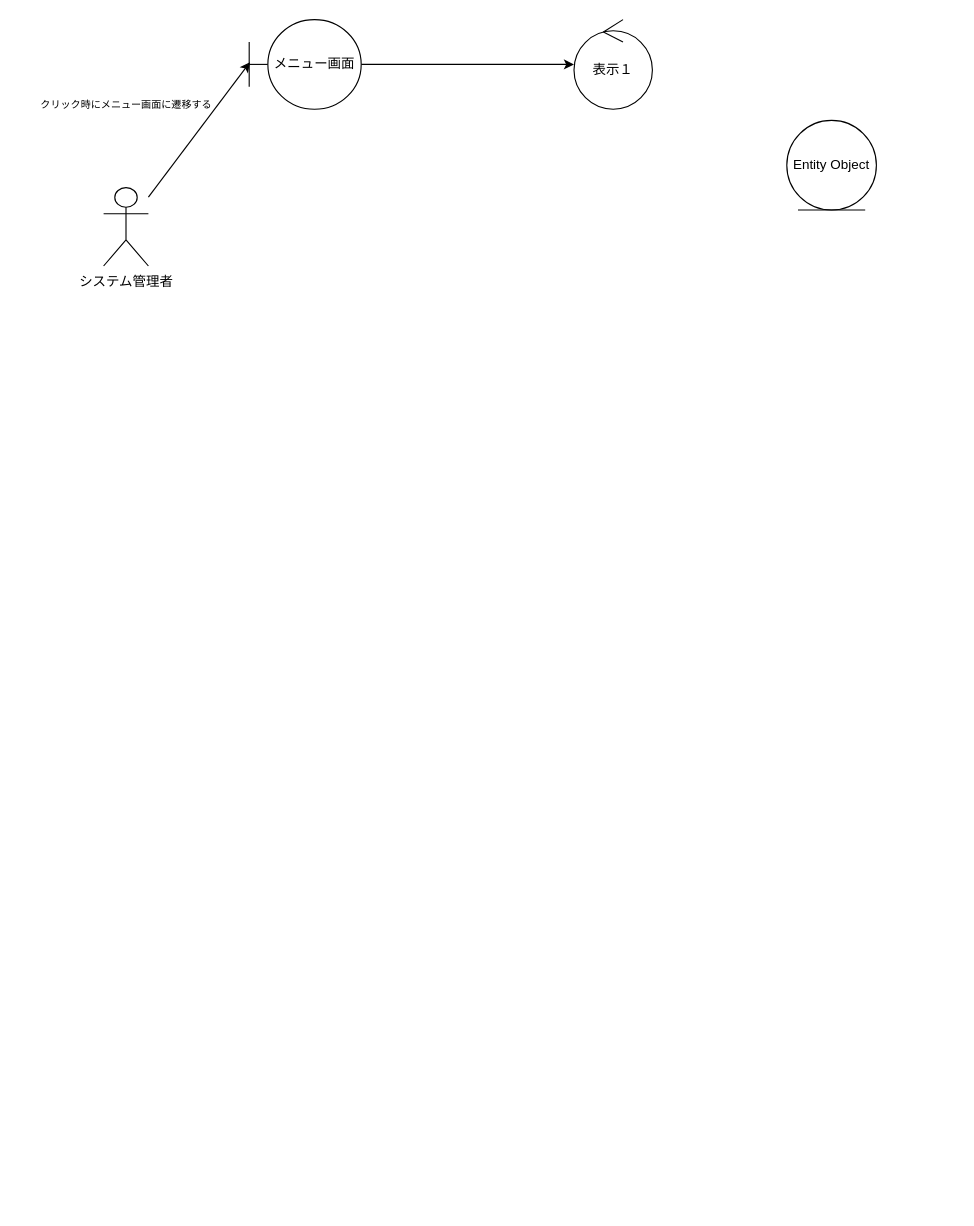
Earlier version of the draw.io diagram page "ログイン" (1 of 2) of out/ロバストネス図/システム管理者-ロバストネス図.drawio (ksw2270227/GroupF). Source tidied: cells renumbered, new cells numbered last; positions are measured from the earlier drawing's top-left corner, leaving out a move shared by most shapes. Both pictures are drawn from the tidied source at 112%, with x=0, y=0 at pixel (25, 19).
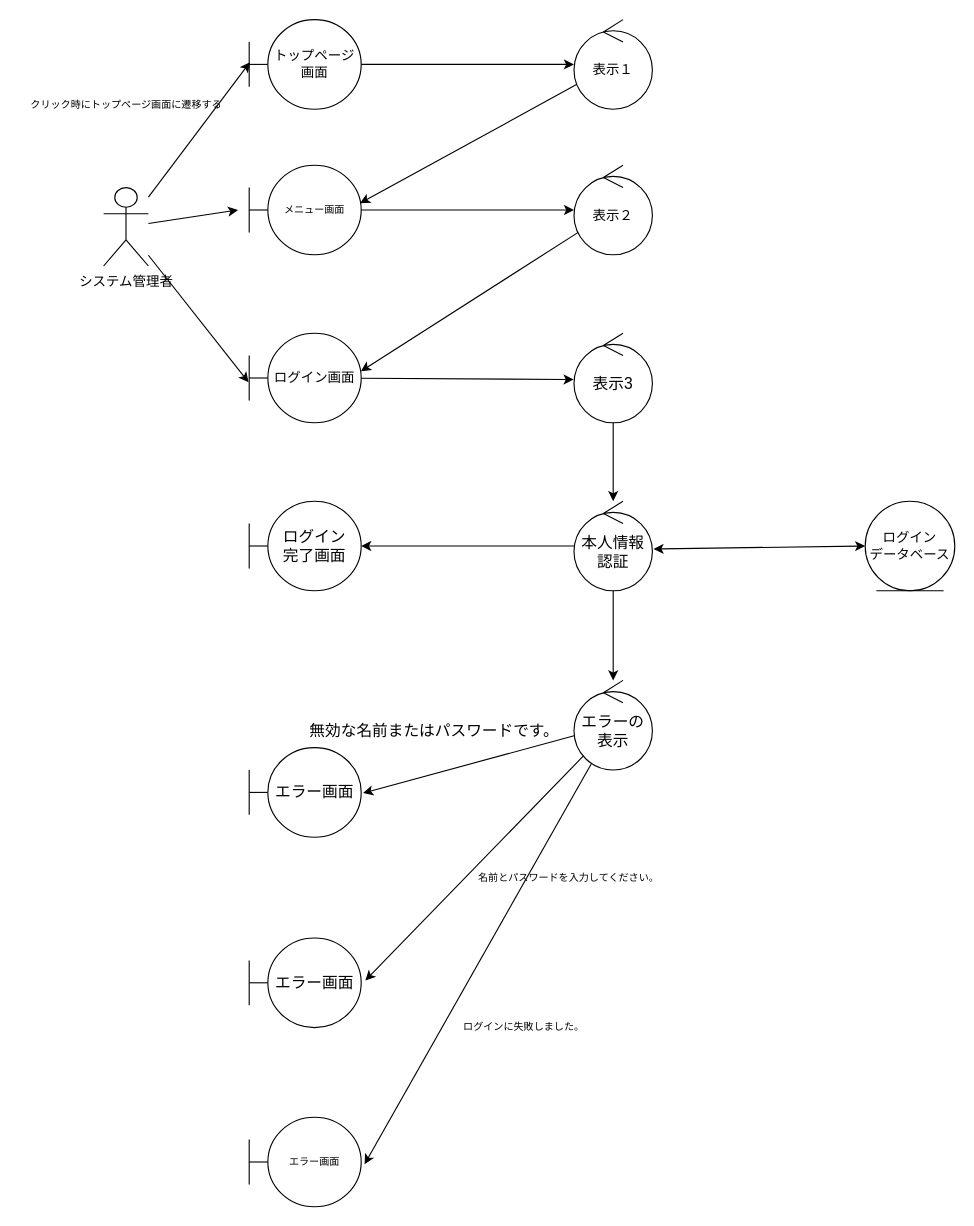
Above is the later version.

The change refers to these unchanged cells:
```xml
<mxCell id="3" value="システム管理者&lt;br&gt;" style="shape=umlActor;verticalLabelPosition=bottom;verticalAlign=top;html=1;" parent="1" vertex="1">
  <mxGeometry x="70" y="150" width="40" height="70" as="geometry" />
</mxCell>
<mxCell id="7" value="表示１" style="ellipse;shape=umlControl;whiteSpace=wrap;html=1;" parent="1" vertex="1">
  <mxGeometry x="490" width="70" height="80" as="geometry" />
</mxCell>
```

The edit, as a diff of the source:
```diff
@@
+    <mxCell id="9" style="edgeStyle=none;html=1;entryX=-0.006;entryY=0.548;entryDx=0;entryDy=0;entryPerimeter=0;fontSize=9;" parent="1" edge="1" source="3" target="17">
+      <mxGeometry relative="1" as="geometry" />
+    </mxCell>
+    <mxCell id="10" style="edgeStyle=none;html=1;fontSize=9;" parent="1" edge="1" source="3">
+      <mxGeometry relative="1" as="geometry">
+        <mxPoint x="190" y="170" as="targetPoint" />
+      </mxGeometry>
+    </mxCell>
@@
-    <mxCell id="4" value="Entity Object" style="ellipse;shape=umlEntity;whiteSpace=wrap;html=1;" parent="1" vertex="1">
-      <mxGeometry x="680" y="90" width="80" height="80" as="geometry" />
+    <mxCell id="4" value="ログイン&lt;br&gt;データベース" style="ellipse;shape=umlEntity;whiteSpace=wrap;html=1;" parent="1" vertex="1">
+      <mxGeometry x="750" y="430" width="80" height="80" as="geometry" />
     </mxCell>
@@
-    <mxCell id="6" value="メニュー画面" style="shape=umlBoundary;whiteSpace=wrap;html=1;" parent="1" vertex="1">
+    <mxCell id="6" value="トップページ画面" style="shape=umlBoundary;whiteSpace=wrap;html=1;" parent="1" vertex="1">
       <mxGeometry x="200" width="100" height="80" as="geometry" />
     </mxCell>
+    <mxCell id="11" style="edgeStyle=none;html=1;entryX=0.99;entryY=0.425;entryDx=0;entryDy=0;entryPerimeter=0;fontSize=9;" parent="1" edge="1" source="7" target="13">
+      <mxGeometry relative="1" as="geometry" />
+    </mxCell>
@@
-    <mxCell id="8" value="&lt;font style=&quot;font-size: 9px;&quot;&gt;クリック時にメニュー画面に遷移する&lt;/font&gt;" style="text;html=1;align=center;verticalAlign=middle;strokeColor=none;fillColor=none;" parent="1" vertex="1">
-      <mxGeometry y="60" width="180" height="30" as="geometry" />
+    <mxCell id="8" value="&lt;font style=&quot;font-size: 9px;&quot;&gt;クリック時にトップページ画面に遷移する&lt;/font&gt;" style="text;html=1;align=center;verticalAlign=middle;strokeColor=none;fillColor=none;" parent="1" vertex="1">
+      <mxGeometry x="-5" y="60" width="190" height="30" as="geometry" />
     </mxCell>
+    <mxCell id="12" style="edgeStyle=none;html=1;fontSize=12;" parent="1" edge="1" source="13" target="15">
+      <mxGeometry relative="1" as="geometry" />
+    </mxCell>
+    <mxCell id="13" value="メニュー画面" style="shape=umlBoundary;whiteSpace=wrap;html=1;fontSize=9;" parent="1" vertex="1">
+      <mxGeometry x="200" y="130" width="100" height="80" as="geometry" />
+    </mxCell>
+    <mxCell id="14" style="edgeStyle=none;html=1;entryX=0.997;entryY=0.425;entryDx=0;entryDy=0;entryPerimeter=0;fontSize=12;" parent="1" edge="1" source="15" target="17">
+      <mxGeometry relative="1" as="geometry" />
+    </mxCell>
+    <mxCell id="15" value="&lt;font style=&quot;font-size: 12px;&quot;&gt;表示２&lt;/font&gt;" style="ellipse;shape=umlControl;whiteSpace=wrap;html=1;fontSize=9;" parent="1" vertex="1">
+      <mxGeometry x="490" y="130" width="70" height="80" as="geometry" />
+    </mxCell>
+    <mxCell id="16" style="edgeStyle=none;html=1;entryX=-0.005;entryY=0.517;entryDx=0;entryDy=0;entryPerimeter=0;fontSize=14;" parent="1" edge="1" source="17" target="19">
+      <mxGeometry relative="1" as="geometry" />
+    </mxCell>
+    <mxCell id="17" value="ログイン画面" style="shape=umlBoundary;whiteSpace=wrap;html=1;fontSize=12;" parent="1" vertex="1">
+      <mxGeometry x="200" y="280" width="100" height="80" as="geometry" />
+    </mxCell>
+    <mxCell id="18" style="edgeStyle=none;html=1;fontSize=14;" parent="1" edge="1" source="19">
+      <mxGeometry relative="1" as="geometry">
+        <mxPoint x="525" y="430" as="targetPoint" />
+      </mxGeometry>
+    </mxCell>
+    <mxCell id="19" value="&lt;font style=&quot;font-size: 14px;&quot;&gt;表示3&lt;/font&gt;" style="ellipse;shape=umlControl;whiteSpace=wrap;html=1;fontSize=12;" parent="1" vertex="1">
+      <mxGeometry x="490" y="280" width="70" height="80" as="geometry" />
+    </mxCell>
+    <mxCell id="20" style="endArrow=classic;startArrow=classic;html=1;fontSize=14;entryX=0;entryY=0.5;entryDx=0;entryDy=0;exitX=1.014;exitY=0.533;exitDx=0;exitDy=0;exitPerimeter=0;" parent="1" edge="1" source="23" target="4">
+      <mxGeometry relative="1" as="geometry" />
+    </mxCell>
+    <mxCell id="21" style="edgeStyle=none;html=1;fontSize=14;" parent="1" edge="1" source="23" target="24">
+      <mxGeometry relative="1" as="geometry" />
+    </mxCell>
+    <mxCell id="22" style="edgeStyle=none;html=1;fontSize=14;" parent="1" edge="1" source="23" target="28">
+      <mxGeometry relative="1" as="geometry" />
+    </mxCell>
+    <mxCell id="23" value="本人情報&lt;br&gt;認証" style="ellipse;shape=umlControl;whiteSpace=wrap;html=1;fontSize=14;" parent="1" vertex="1">
+      <mxGeometry x="490" y="430" width="70" height="80" as="geometry" />
+    </mxCell>
+    <mxCell id="24" value="ログイン&lt;br&gt;完了画面" style="shape=umlBoundary;whiteSpace=wrap;html=1;fontSize=14;" parent="1" vertex="1">
+      <mxGeometry x="200" y="430" width="100" height="80" as="geometry" />
+    </mxCell>
+    <mxCell id="25" style="edgeStyle=none;html=1;entryX=1.017;entryY=0.508;entryDx=0;entryDy=0;entryPerimeter=0;fontSize=14;" parent="1" edge="1" source="28" target="29">
+      <mxGeometry relative="1" as="geometry" />
+    </mxCell>
+    <mxCell id="26" style="edgeStyle=none;html=1;entryX=1.037;entryY=0.475;entryDx=0;entryDy=0;entryPerimeter=0;fontSize=14;" parent="1" edge="1" source="28" target="31">
+      <mxGeometry relative="1" as="geometry" />
+    </mxCell>
+    <mxCell id="27" style="edgeStyle=none;html=1;entryX=1.03;entryY=0.525;entryDx=0;entryDy=0;entryPerimeter=0;fontSize=9;" parent="1" edge="1" source="28" target="33">
+      <mxGeometry relative="1" as="geometry" />
+    </mxCell>
+    <mxCell id="28" value="エラーの表示" style="ellipse;shape=umlControl;whiteSpace=wrap;html=1;fontSize=14;" parent="1" vertex="1">
+      <mxGeometry x="490" y="590" width="70" height="80" as="geometry" />
+    </mxCell>
+    <mxCell id="29" value="エラー画面" style="shape=umlBoundary;whiteSpace=wrap;html=1;fontSize=14;" parent="1" vertex="1">
+      <mxGeometry x="200" y="650" width="100" height="80" as="geometry" />
+    </mxCell>
+    <mxCell id="30" value="無効な名前またはパスワードです。" style="text;html=1;align=center;verticalAlign=middle;strokeColor=none;fillColor=none;fontSize=14;" parent="1" vertex="1">
+      <mxGeometry x="240" y="620" width="250" height="30" as="geometry" />
+    </mxCell>
+    <mxCell id="31" value="エラー画面" style="shape=umlBoundary;whiteSpace=wrap;html=1;fontSize=14;" parent="1" vertex="1">
+      <mxGeometry x="200" y="820" width="100" height="80" as="geometry" />
+    </mxCell>
+    <mxCell id="32" value="&lt;font style=&quot;font-size: 9px;&quot;&gt;名前とパスワードを入力してください。&lt;/font&gt;" style="text;html=1;align=center;verticalAlign=middle;strokeColor=none;fillColor=none;fontSize=14;rotation=0;" parent="1" vertex="1">
+      <mxGeometry x="390" y="750" width="190" height="30" as="geometry" />
+    </mxCell>
+    <mxCell id="33" value="エラー画面" style="shape=umlBoundary;whiteSpace=wrap;html=1;fontSize=9;" parent="1" vertex="1">
+      <mxGeometry x="200" y="980" width="100" height="80" as="geometry" />
+    </mxCell>
+    <mxCell id="34" value="ログインに失敗しました。" style="text;html=1;align=center;verticalAlign=middle;strokeColor=none;fillColor=none;fontSize=9;" parent="1" vertex="1">
+      <mxGeometry x="380" y="890" width="130" height="20" as="geometry" />
+    </mxCell>
```
